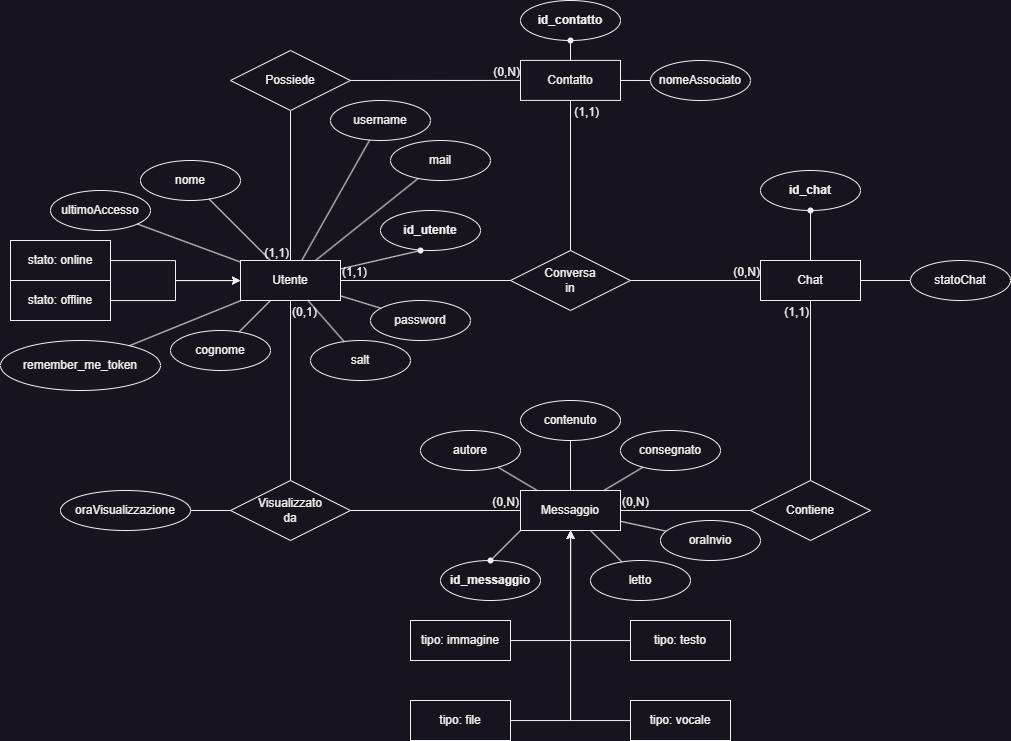
Above: Readme/ERChatApp.png in FanteyOfficial/ProgettoQuintaInformatica (draw.io), before the change. Source tidied: cells renumbered, new cells last; positions are measured from the earlier drawing's top-left corner, leaving out a move shared by most shapes.
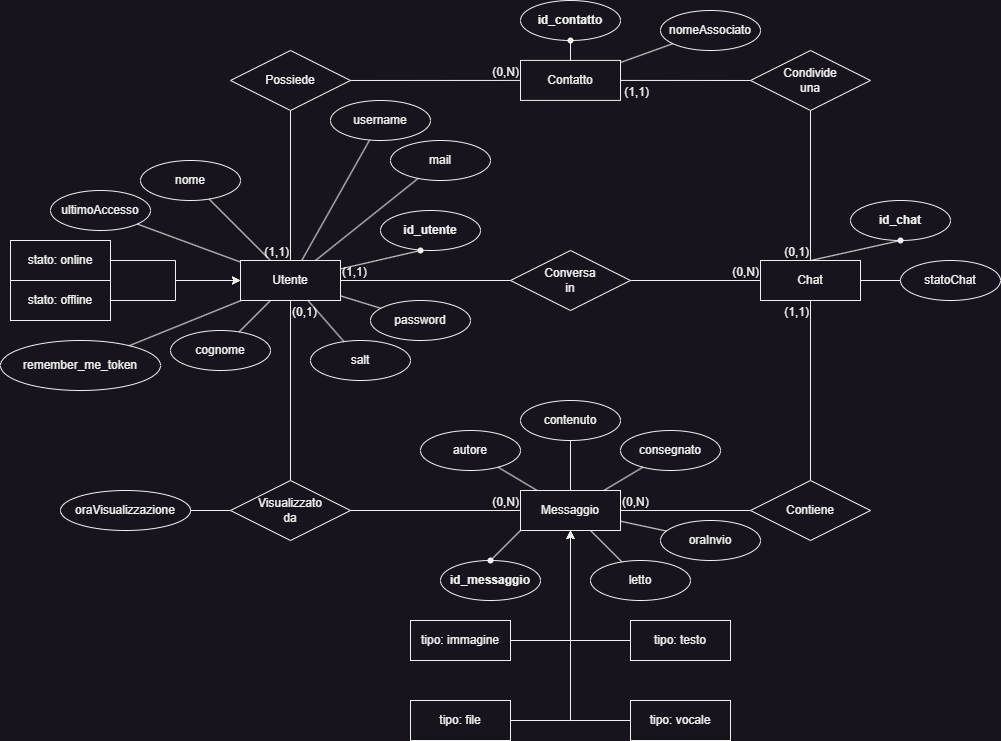
After the commit.

Diff of the diagram source:
```diff
@@ -74,10 +74,10 @@
       </mxGeometry>
     </mxCell>
     <mxCell id="23" value="statoChat" style="ellipse;whiteSpace=wrap;html=1;align=center;" parent="1" vertex="1">
-      <mxGeometry x="910" y="260" width="100" height="40" as="geometry" />
+      <mxGeometry x="900" y="260" width="100" height="40" as="geometry" />
     </mxCell>
     <mxCell id="24" value="&lt;b&gt;id_chat&lt;/b&gt;" style="ellipse;whiteSpace=wrap;html=1;align=center;" parent="1" vertex="1">
-      <mxGeometry x="760" y="170" width="100" height="40" as="geometry" />
+      <mxGeometry x="850" y="200" width="100" height="40" as="geometry" />
     </mxCell>
     <mxCell id="25" value="mail" style="ellipse;whiteSpace=wrap;html=1;align=center;" parent="1" vertex="1">
       <mxGeometry x="390" y="140" width="100" height="40" as="geometry" />
@@ -125,7 +125,7 @@
       <mxGeometry relative="1" as="geometry" />
     </mxCell>
     <mxCell id="40" style="shape=waypoint;sketch=0;fillStyle=solid;size=6;points=[];fillColor=none;perimeter=centerPerimeter;snapToPoint=1;" parent="1" vertex="1">
-      <mxGeometry x="800" y="200" width="20" height="20" as="geometry" />
+      <mxGeometry x="890" y="230" width="20" height="20" as="geometry" />
     </mxCell>
     <mxCell id="41" value="&lt;b&gt;id_messaggio&lt;/b&gt;" style="ellipse;whiteSpace=wrap;html=1;align=center;" parent="1" vertex="1">
       <mxGeometry x="440" y="560" width="100" height="40" as="geometry" />
@@ -254,7 +254,7 @@
       <mxGeometry x="560" y="30" width="20" height="20" as="geometry" />
     </mxCell>
     <mxCell id="83" value="nomeAssociato" style="ellipse;whiteSpace=wrap;html=1;align=center;" parent="1" vertex="1">
-      <mxGeometry x="650" y="60" width="100" height="40" as="geometry" />
+      <mxGeometry x="660" y="10" width="100" height="40" as="geometry" />
     </mxCell>
     <mxCell id="84" style="endArrow=none;html=1;rounded=0;" parent="1" edge="1" source="73" target="83">
       <mxGeometry relative="1" as="geometry" />
@@ -265,13 +265,22 @@
     <mxCell id="86" style="shape=waypoint;sketch=0;fillStyle=solid;size=6;points=[];fillColor=none;perimeter=centerPerimeter;snapToPoint=1;" parent="1" vertex="1">
       <mxGeometry x="410" y="240" width="20" height="20" as="geometry" />
     </mxCell>
-    <mxCell id="87" style="endArrow=none;html=1;rounded=0;" parent="1" edge="1" source="6" target="73">
-      <mxGeometry relative="1" as="geometry" />
-    </mxCell>
+    <mxCell id="89" value="Condivide&lt;br&gt;una" style="shape=rhombus;perimeter=rhombusPerimeter;whiteSpace=wrap;html=1;align=center;" parent="1" vertex="1">
+      <mxGeometry x="750" y="50" width="120" height="60" as="geometry" />
+    </mxCell>
+    <mxCell id="90" style="endArrow=none;html=1;rounded=0;" parent="1" edge="1" source="89" target="73">
+      <mxGeometry relative="1" as="geometry" />
+    </mxCell>
-    <mxCell id="88" value="(1,1)" style="html=1;whiteSpace=wrap;align=right;verticalAlign=bottom;" parent="87" vertex="1">
+    <mxCell id="88" value="(1,1)" style="html=1;whiteSpace=wrap;align=right;verticalAlign=bottom;" parent="90" vertex="1">
       <mxGeometry x="1" relative="1" as="geometry">
         <mxPoint x="30" y="20" as="offset" />
       </mxGeometry>
     </mxCell>
+    <mxCell id="91" style="endArrow=none;html=1;rounded=0;" parent="1" edge="1" source="89" target="3">
+      <mxGeometry relative="1" as="geometry" />
+    </mxCell>
+    <mxCell id="92" value="(0,1)" style="html=1;whiteSpace=wrap;align=right;verticalAlign=bottom;" parent="91" vertex="1">
+      <mxGeometry x="1" relative="1" as="geometry" />
+    </mxCell>
   </root>
 </mxGraphModel>
```
